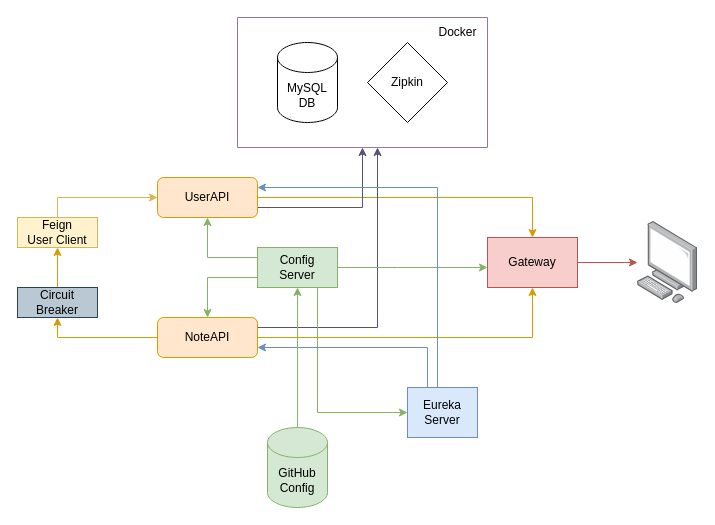
The draw.io diagram BackendMicroservices.drawio in TomyAlberdi/Microservices-1, before the edit. Source tidied: cells renumbered, new cells numbered last; positions are measured from the earlier drawing's top-left corner, leaving out a move shared by most shapes. Both pictures are drawn from the tidied source at 100%, with x=0, y=0 at pixel (17, 17).
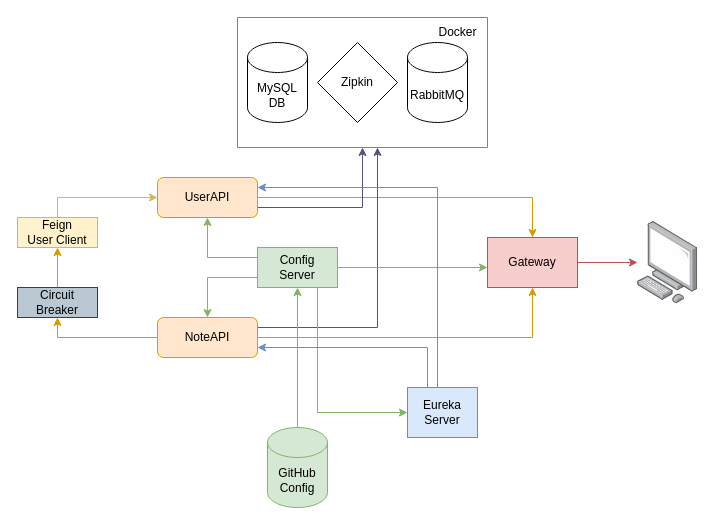
After the change.

Commit message (it also covers changes not shown here):
Implemented RabbitMQ Event Producer & Event Consumer for Delete User method

Unchanged cells that the change refers to:
```xml
<mxCell id="22" style="swimlane;startSize=0;fillColor=#e1d5e7;strokeColor=#9673a6;" parent="1" vertex="1">
  <mxGeometry x="220" width="250" height="130" as="geometry" />
</mxCell>
```

Diff of the diagram source:
```diff
@@
     <mxCell id="24" value="Zipkin" style="rhombus;whiteSpace=wrap;html=1;" parent="22" vertex="1">
-      <mxGeometry x="130" y="25" width="80" height="80" as="geometry" />
+      <mxGeometry x="80" y="25" width="80" height="80" as="geometry" />
     </mxCell>
     <mxCell id="25" value="&lt;div&gt;MySQL&lt;/div&gt;&lt;div&gt;DB&lt;br&gt;&lt;/div&gt;" style="shape=cylinder3;whiteSpace=wrap;html=1;boundedLbl=1;backgroundOutline=1;size=15;fillColor=none;" parent="22" vertex="1">
-      <mxGeometry x="40" y="25" width="60" height="80" as="geometry" />
+      <mxGeometry x="10" y="25" width="60" height="80" as="geometry" />
     </mxCell>
+    <mxCell id="30" value="&lt;div&gt;RabbitMQ&lt;br&gt;&lt;/div&gt;" style="shape=cylinder3;whiteSpace=wrap;html=1;boundedLbl=1;backgroundOutline=1;size=15;fillColor=none;rotation=0;" parent="22" vertex="1">
+      <mxGeometry x="170" y="25" width="60" height="80" as="geometry" />
+    </mxCell>
```
